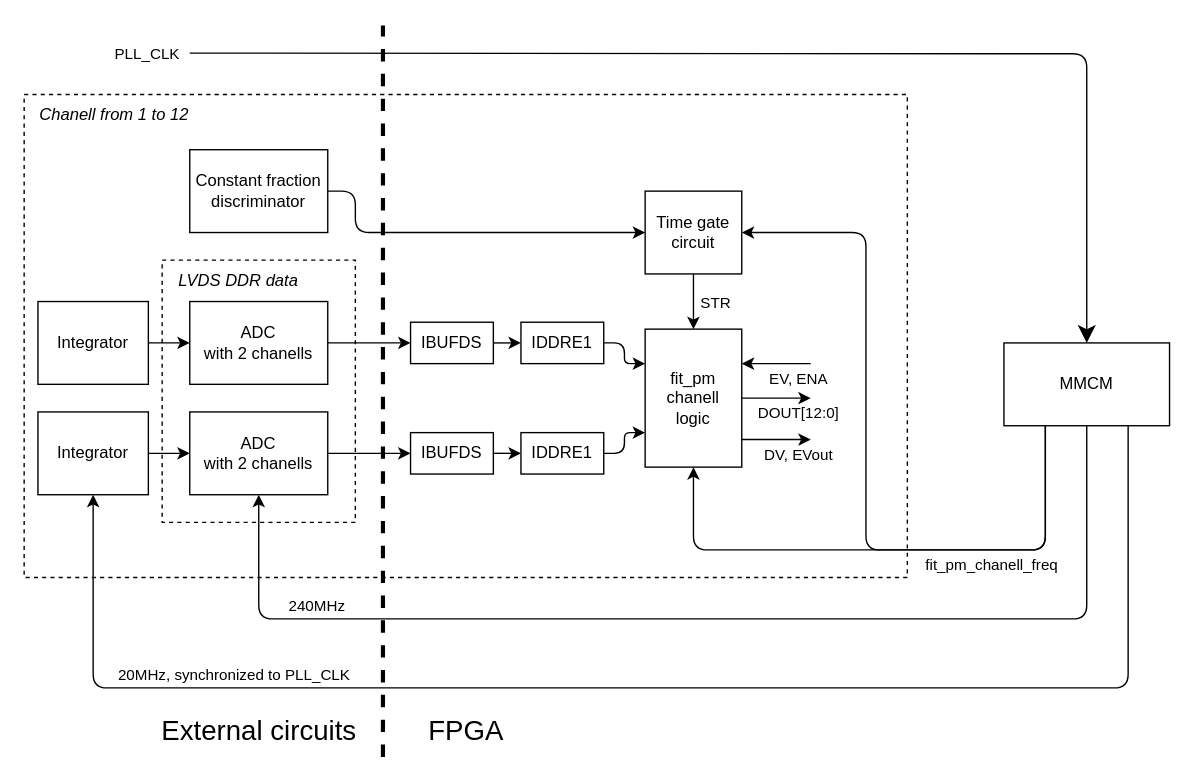
r-smalec/FIT_PM_GW_CPLD keeps this draw.io diagram as sch/fit_pm_fpga_block.drawio. Above is the earlier version. Source tidied: cells renumbered, new cells numbered last; positions are measured from the earlier drawing's top-left corner, leaving out a move shared by most shapes. Both pictures are drawn from the tidied source at 138%, with x=0, y=0 at pixel (23, 25).
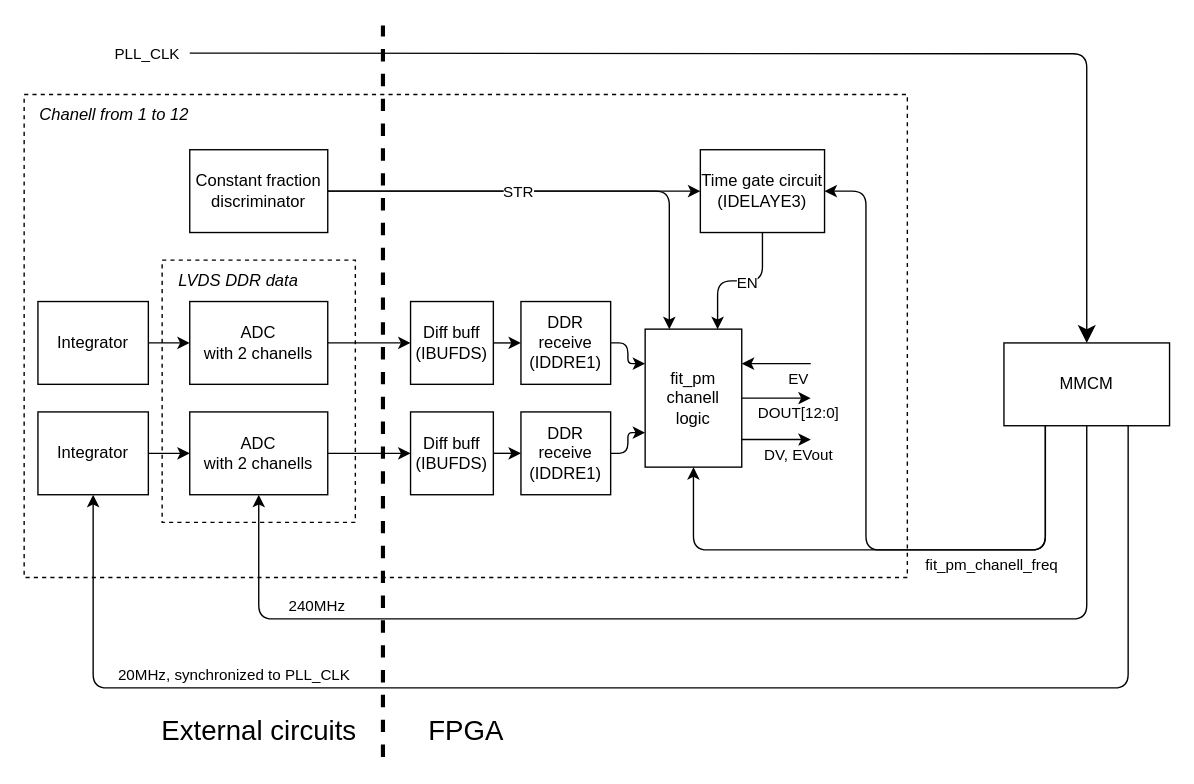
The same diagram, later.

The change refers to these unchanged cells:
```xml
<mxCell id="16" value="fit_pm&lt;br&gt;chanell&lt;br&gt;logic" style="whiteSpace=wrap;html=1;" parent="1" vertex="1">
  <mxGeometry x="450" y="220" width="70" height="100" as="geometry" />
</mxCell>
<mxCell id="18" style="endArrow=classic;html=1;entryX=1;entryY=0.25;entryDx=0;entryDy=0;" parent="1" edge="1" target="16">
  <mxGeometry relative="1" as="geometry">
    <mxPoint x="570" y="245" as="sourcePoint" />
  </mxGeometry>
</mxCell>
<mxCell id="27" value="MMCM" style="whiteSpace=wrap;html=1;" parent="1" vertex="1">
  <mxGeometry x="710" y="230" width="120" height="60" as="geometry" />
</mxCell>
<mxCell id="41" value="Constant fraction discriminator" style="whiteSpace=wrap;html=1;" parent="1" vertex="1">
  <mxGeometry x="120" y="90" width="100" height="60" as="geometry" />
</mxCell>
```

What changed in the source:
```diff
@@
-    <mxCell id="19" value="EV, ENA" style="edgeLabel;html=1;align=center;verticalAlign=middle;" parent="18" vertex="1">
+    <mxCell id="19" value="EV" style="edgeLabel;html=1;align=center;verticalAlign=middle;" parent="18" vertex="1">
       <mxGeometry x="-0.36" y="-1" relative="1" as="geometry">
         <mxPoint x="6" y="11" as="offset" />
       </mxGeometry>
     </mxCell>
@@
     <mxCell id="26" style="edgeStyle=orthogonalEdgeStyle;html=1;entryX=1;entryY=0.5;entryDx=0;entryDy=0;" parent="1" edge="1" source="27" target="39">
       <mxGeometry relative="1" as="geometry">
         <Array as="points">
           <mxPoint x="740" y="380" />
           <mxPoint x="610" y="380" />
-          <mxPoint x="610" y="150" />
+          <mxPoint x="610" y="120" />
         </Array>
       </mxGeometry>
     </mxCell>
@@
-    <mxCell id="29" value="IBUFDS" style="whiteSpace=wrap;html=1;" parent="1" vertex="1">
-      <mxGeometry x="280" y="215" width="60" height="30" as="geometry" />
+    <mxCell id="29" value="Diff buff&lt;br&gt;(IBUFDS)" style="whiteSpace=wrap;html=1;" parent="1" vertex="1">
+      <mxGeometry x="280" y="200" width="60" height="60" as="geometry" />
     </mxCell>
@@
-    <mxCell id="32" value="IDDRE1" style="whiteSpace=wrap;html=1;" parent="1" vertex="1">
-      <mxGeometry x="360" y="215" width="60" height="30" as="geometry" />
+    <mxCell id="32" value="DDR receive&lt;br&gt;(IDDRE1)" style="whiteSpace=wrap;html=1;" parent="1" vertex="1">
+      <mxGeometry x="360" y="200" width="65" height="60" as="geometry" />
     </mxCell>
-    <mxCell id="33" value="IBUFDS" style="whiteSpace=wrap;html=1;" parent="1" vertex="1">
-      <mxGeometry x="280" y="295" width="60" height="30" as="geometry" />
+    <mxCell id="33" value="Diff buff&lt;br&gt;(IBUFDS)" style="whiteSpace=wrap;html=1;" parent="1" vertex="1">
+      <mxGeometry x="280" y="280" width="60" height="60" as="geometry" />
     </mxCell>
@@
-    <mxCell id="35" value="IDDRE1" style="whiteSpace=wrap;html=1;" parent="1" vertex="1">
-      <mxGeometry x="360" y="295" width="60" height="30" as="geometry" />
+    <mxCell id="35" value="DDR receive&lt;br&gt;(IDDRE1)" style="whiteSpace=wrap;html=1;" parent="1" vertex="1">
+      <mxGeometry x="360" y="280" width="65" height="60" as="geometry" />
     </mxCell>
@@
-    <mxCell id="37" style="edgeStyle=orthogonalEdgeStyle;html=1;entryX=0.5;entryY=0;entryDx=0;entryDy=0;" parent="1" edge="1" source="39" target="16">
-      <mxGeometry relative="1" as="geometry">
-        <Array as="points">
-          <mxPoint x="485" y="180" />
-          <mxPoint x="485" y="180" />
-        </Array>
-      </mxGeometry>
+    <mxCell id="37" style="edgeStyle=elbowEdgeStyle;elbow=vertical;html=1;entryX=0.75;entryY=0;entryDx=0;entryDy=0;" parent="1" edge="1" source="39" target="16">
+      <mxGeometry relative="1" as="geometry" />
     </mxCell>
-    <mxCell id="38" value="STR" style="edgeLabel;html=1;align=center;verticalAlign=middle;" parent="37" vertex="1">
-      <mxGeometry x="-0.16" y="3" relative="1" as="geometry">
-        <mxPoint x="12" y="3" as="offset" />
-      </mxGeometry>
-    </mxCell>
+    <mxCell id="47" value="EN" style="edgeLabel;html=1;align=center;verticalAlign=middle;" parent="37" vertex="1">
+      <mxGeometry x="-0.09" y="1" relative="1" as="geometry" />
+    </mxCell>
-    <mxCell id="39" value="Time gate circuit" style="whiteSpace=wrap;html=1;" parent="1" vertex="1">
-      <mxGeometry x="450" y="120" width="70" height="60" as="geometry" />
+    <mxCell id="39" value="Time gate circuit (IDELAYE3)" style="whiteSpace=wrap;html=1;" parent="1" vertex="1">
+      <mxGeometry x="490" y="90" width="90" height="60" as="geometry" />
     </mxCell>
     <mxCell id="40" style="edgeStyle=orthogonalEdgeStyle;html=1;entryX=0;entryY=0.5;entryDx=0;entryDy=0;" parent="1" edge="1" source="41" target="39">
       <mxGeometry relative="1" as="geometry">
         <Array as="points">
-          <mxPoint x="240" y="120" />
-          <mxPoint x="240" y="150" />
+          <mxPoint x="440" y="120" />
         </Array>
       </mxGeometry>
     </mxCell>
+    <mxCell id="48" style="edgeStyle=elbowEdgeStyle;html=1;entryX=0.25;entryY=0;entryDx=0;entryDy=0;elbow=vertical;" parent="1" edge="1" source="41" target="16">
+      <mxGeometry relative="1" as="geometry">
+        <Array as="points">
+          <mxPoint x="420" y="120" />
+          <mxPoint x="350" y="120" />
+        </Array>
+      </mxGeometry>
+    </mxCell>
+    <mxCell id="38" value="STR" style="edgeLabel;html=1;align=center;verticalAlign=middle;" parent="48" vertex="1">
+      <mxGeometry x="-0.21" relative="1" as="geometry" />
+    </mxCell>
```
